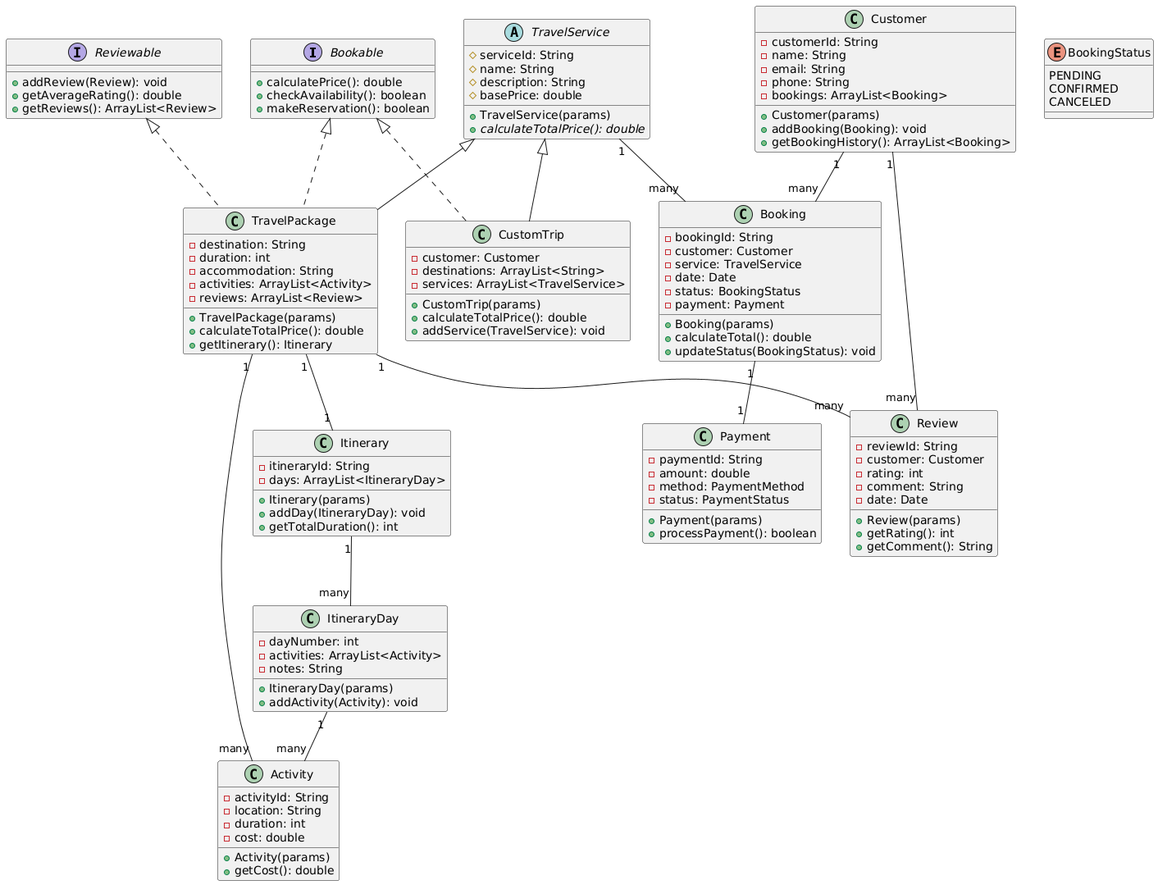
jytpeterjiang/Travel-Agency-Management-System keeps this PlantUML diagram as proposal/uml1.png. Above is the earlier version. Source of this version:
```plantuml
@startuml
interface Bookable {
  +calculatePrice(): double
  +checkAvailability(): boolean
  +makeReservation(): boolean
}

interface Reviewable {
  +addReview(Review): void
  +getAverageRating(): double
  +getReviews(): ArrayList<Review>
}

abstract class TravelService {
  #serviceId: String
  #name: String
  #description: String
  #basePrice: double
  +TravelService(params)
  +{abstract} calculateTotalPrice(): double
}

class TravelPackage {
  -destination: String
  -duration: int
  -accommodation: String
  -activities: ArrayList<Activity>
  -reviews: ArrayList<Review>
  +TravelPackage(params)
  +calculateTotalPrice(): double
  +getItinerary(): Itinerary
}

class CustomTrip {
  -customer: Customer
  -destinations: ArrayList<String>
  -services: ArrayList<TravelService>
  +CustomTrip(params)
  +calculateTotalPrice(): double
  +addService(TravelService): void
}

class Activity {
  -activityId: String
  -location: String
  -duration: int
  -cost: double
  +Activity(params)
  +getCost(): double
}

class Customer {
  -customerId: String
  -name: String
  -email: String
  -phone: String
  -bookings: ArrayList<Booking>
  +Customer(params)
  +addBooking(Booking): void
  +getBookingHistory(): ArrayList<Booking>
}

class Booking {
  -bookingId: String
  -customer: Customer
  -service: TravelService
  -date: Date
  -status: BookingStatus
  -payment: Payment
  +Booking(params)
  +calculateTotal(): double
  +updateStatus(BookingStatus): void
}

class Review {
  -reviewId: String
  -customer: Customer
  -rating: int
  -comment: String
  -date: Date
  +Review(params)
  +getRating(): int
  +getComment(): String
}

enum BookingStatus {
  PENDING
  CONFIRMED
  CANCELED
}

class Payment {
  -paymentId: String
  -amount: double
  -method: PaymentMethod
  -status: PaymentStatus
  +Payment(params)
  +processPayment(): boolean
}

class Itinerary {
  -itineraryId: String
  -days: ArrayList<ItineraryDay>
  +Itinerary(params)
  +addDay(ItineraryDay): void
  +getTotalDuration(): int
}

class ItineraryDay {
  -dayNumber: int
  -activities: ArrayList<Activity>
  -notes: String
  +ItineraryDay(params)
  +addActivity(Activity): void
}

TravelService <|-- TravelPackage
TravelService <|-- CustomTrip
Bookable <|.. TravelPackage
Bookable <|.. CustomTrip
Reviewable <|.. TravelPackage

Customer "1" -- "many" Booking
TravelService "1" -- "many" Booking
Booking "1" -- "1" Payment
TravelPackage "1" -- "many" Activity
TravelPackage "1" -- "1" Itinerary
Itinerary "1" -- "many" ItineraryDay
ItineraryDay "1" -- "many" Activity
Customer "1" -- "many" Review
TravelPackage "1" -- "many" Review
@enduml
```
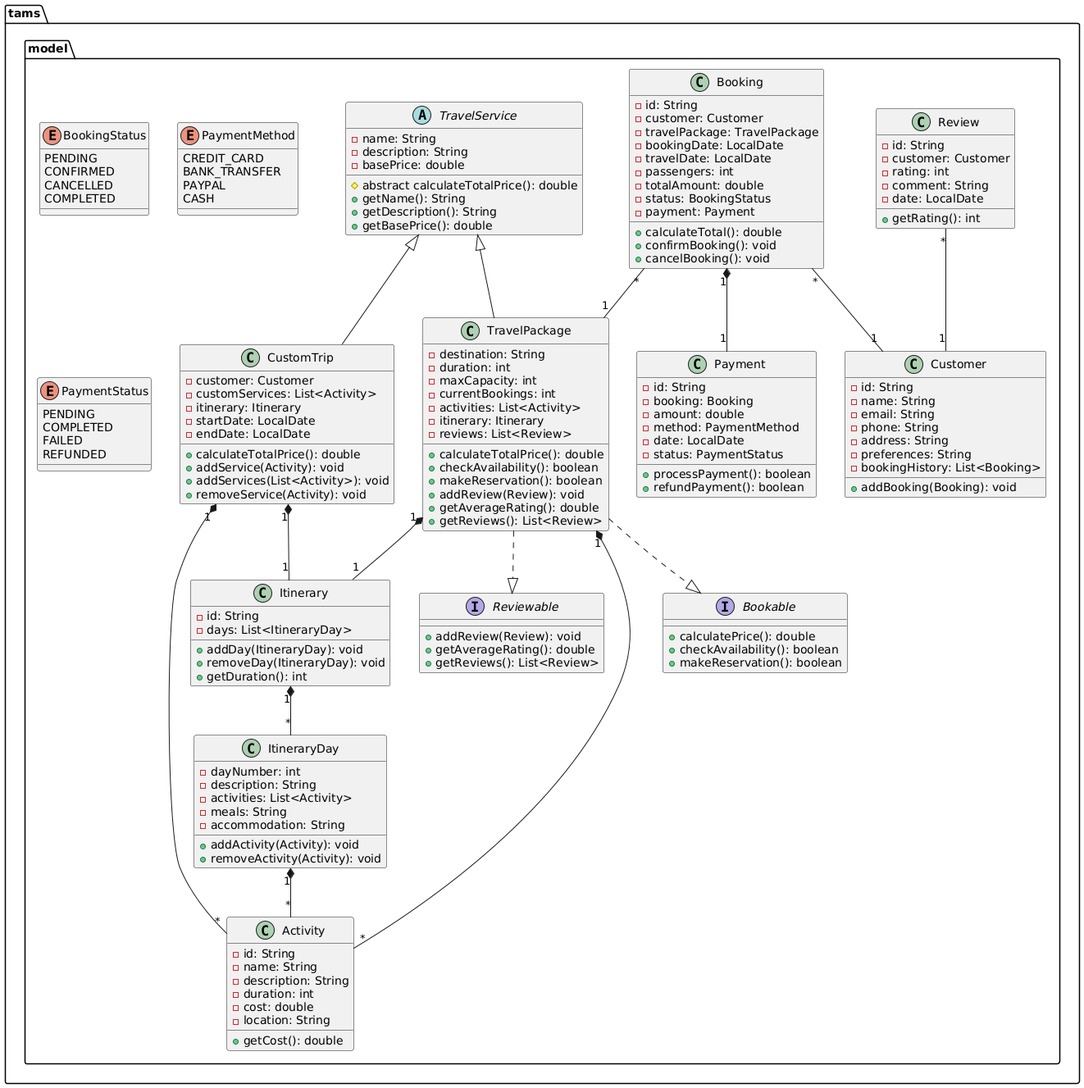
The same file after the commit.

Change to the diagram source:
```diff
@@ -1,132 +1,163 @@
 @startuml
-interface Bookable {
-  +calculatePrice(): double
-  +checkAvailability(): boolean
-  +makeReservation(): boolean
+package "tams.model" {
+    abstract class TravelService {
+        -name: String
+        -description: String
+        -basePrice: double
+        #abstract calculateTotalPrice(): double
+        +getName(): String
+        +getDescription(): String
+        +getBasePrice(): double
+    }
+
+    class TravelPackage {
+        -destination: String
+        -duration: int
+        -maxCapacity: int
+        -currentBookings: int
+        -activities: List<Activity>
+        -itinerary: Itinerary
+        -reviews: List<Review>
+        +calculateTotalPrice(): double
+        +checkAvailability(): boolean
+        +makeReservation(): boolean
+        +addReview(Review): void
+        +getAverageRating(): double
+        +getReviews(): List<Review>
+    }
+
+    class CustomTrip {
+        -customer: Customer
+        -customServices: List<Activity>
+        -itinerary: Itinerary
+        -startDate: LocalDate
+        -endDate: LocalDate
+        +calculateTotalPrice(): double
+        +addService(Activity): void
+        +addServices(List<Activity>): void
+        +removeService(Activity): void
+    }
+
+    class Customer {
+        -id: String
+        -name: String
+        -email: String
+        -phone: String
+        -address: String
+        -preferences: String
+        -bookingHistory: List<Booking>
+        +addBooking(Booking): void
+    }
+
+    class Booking {
+        -id: String
+        -customer: Customer
+        -travelPackage: TravelPackage
+        -bookingDate: LocalDate
+        -travelDate: LocalDate
+        -passengers: int
+        -totalAmount: double
+        -status: BookingStatus
+        -payment: Payment
+        +calculateTotal(): double
+        +confirmBooking(): void
+        +cancelBooking(): void
+    }
+
+    class Payment {
+        -id: String
+        -booking: Booking
+        -amount: double
+        -method: PaymentMethod
+        -date: LocalDate
+        -status: PaymentStatus
+        +processPayment(): boolean
+        +refundPayment(): boolean
+    }
+
+    class Itinerary {
+        -id: String
+        -days: List<ItineraryDay>
+        +addDay(ItineraryDay): void
+        +removeDay(ItineraryDay): void
+        +getDuration(): int
+    }
+
+    class ItineraryDay {
+        -dayNumber: int
+        -description: String
+        -activities: List<Activity>
+        -meals: String
+        -accommodation: String
+        +addActivity(Activity): void
+        +removeActivity(Activity): void
+    }
+
+    class Activity {
+        -id: String
+        -name: String
+        -description: String
+        -duration: int
+        -cost: double
+        -location: String
+        +getCost(): double
+    }
+
+    class Review {
+        -id: String
+        -customer: Customer
+        -rating: int
+        -comment: String
+        -date: LocalDate
+        +getRating(): int
+    }
+
+    enum BookingStatus {
+        PENDING
+        CONFIRMED
+        CANCELLED
+        COMPLETED
+    }
+
+    enum PaymentMethod {
+        CREDIT_CARD
+        BANK_TRANSFER
+        PAYPAL
+        CASH
+    }
+
+    enum PaymentStatus {
+        PENDING
+        COMPLETED
+        FAILED
+        REFUNDED
+    }
+
+    interface Bookable {
+        +calculatePrice(): double
+        +checkAvailability(): boolean
+        +makeReservation(): boolean
+    }
+
+    interface Reviewable {
+        +addReview(Review): void
+        +getAverageRating(): double
+        +getReviews(): List<Review>
+    }
+
+    TravelService <|-- TravelPackage
+    TravelService <|-- CustomTrip
+    TravelPackage ..|> Bookable
+    TravelPackage ..|> Reviewable
+    TravelPackage "1" *-- "1" Itinerary
+    TravelPackage "1" *-- "*" Activity
+    CustomTrip "1" *-- "1" Itinerary
+    CustomTrip "1" *-- "*" Activity
+    Itinerary "1" *-- "*" ItineraryDay
+    ItineraryDay "1" *-- "*" Activity
+    Booking "1" *-- "1" Payment
+    Booking "*" -- "1" Customer
+    Booking "*" -- "1" TravelPackage
+    Review "*" -- "1" Customer
 }
-
-interface Reviewable {
-  +addReview(Review): void
-  +getAverageRating(): double
-  +getReviews(): ArrayList<Review>
-}
-
-abstract class TravelService {
-  #serviceId: String
-  #name: String
-  #description: String
-  #basePrice: double
-  +TravelService(params)
-  +{abstract} calculateTotalPrice(): double
-}
-
-class TravelPackage {
-  -destination: String
-  -duration: int
-  -accommodation: String
-  -activities: ArrayList<Activity>
-  -reviews: ArrayList<Review>
-  +TravelPackage(params)
-  +calculateTotalPrice(): double
-  +getItinerary(): Itinerary
-}
-
-class CustomTrip {
-  -customer: Customer
-  -destinations: ArrayList<String>
-  -services: ArrayList<TravelService>
-  +CustomTrip(params)
-  +calculateTotalPrice(): double
-  +addService(TravelService): void
-}
-
-class Activity {
-  -activityId: String
-  -location: String
-  -duration: int
-  -cost: double
-  +Activity(params)
-  +getCost(): double
-}
-
-class Customer {
-  -customerId: String
-  -name: String
-  -email: String
-  -phone: String
-  -bookings: ArrayList<Booking>
-  +Customer(params)
-  +addBooking(Booking): void
-  +getBookingHistory(): ArrayList<Booking>
-}
-
-class Booking {
-  -bookingId: String
-  -customer: Customer
-  -service: TravelService
-  -date: Date
-  -status: BookingStatus
-  -payment: Payment
-  +Booking(params)
-  +calculateTotal(): double
-  +updateStatus(BookingStatus): void
-}
-
-class Review {
-  -reviewId: String
-  -customer: Customer
-  -rating: int
-  -comment: String
-  -date: Date
-  +Review(params)
-  +getRating(): int
-  +getComment(): String
-}
-
-enum BookingStatus {
-  PENDING
-  CONFIRMED
-  CANCELED
-}
-
-class Payment {
-  -paymentId: String
-  -amount: double
-  -method: PaymentMethod
-  -status: PaymentStatus
-  +Payment(params)
-  +processPayment(): boolean
-}
-
-class Itinerary {
-  -itineraryId: String
-  -days: ArrayList<ItineraryDay>
-  +Itinerary(params)
-  +addDay(ItineraryDay): void
-  +getTotalDuration(): int
-}
-
-class ItineraryDay {
-  -dayNumber: int
-  -activities: ArrayList<Activity>
-  -notes: String
-  +ItineraryDay(params)
-  +addActivity(Activity): void
-}
-
-TravelService <|-- TravelPackage
-TravelService <|-- CustomTrip
-Bookable <|.. TravelPackage
-Bookable <|.. CustomTrip
-Reviewable <|.. TravelPackage
-
-Customer "1" -- "many" Booking
-TravelService "1" -- "many" Booking
-Booking "1" -- "1" Payment
-TravelPackage "1" -- "many" Activity
-TravelPackage "1" -- "1" Itinerary
-Itinerary "1" -- "many" ItineraryDay
-ItineraryDay "1" -- "many" Activity
-Customer "1" -- "many" Review
-TravelPackage "1" -- "many" Review
 @enduml
```
